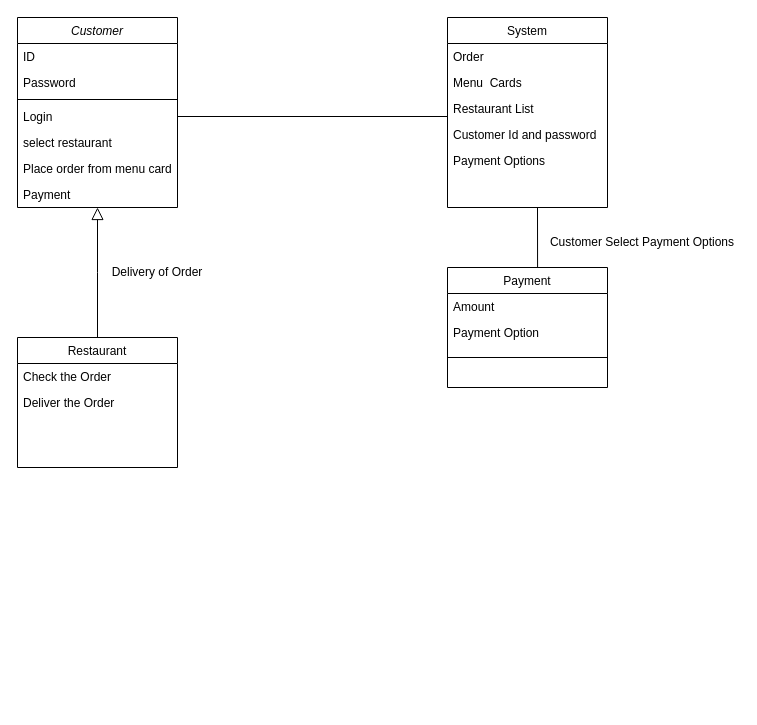
The draw.io diagram Untitled Diagram.drawio in Ankush12-stack/Webdeveloper-_assignment, before the edit. Source tidied: cells renumbered, new cells numbered last; positions are measured from the earlier drawing's top-left corner, leaving out a move shared by most shapes. Both pictures are drawn from the tidied source at 100%, with x=0, y=0 at pixel (17, 17).
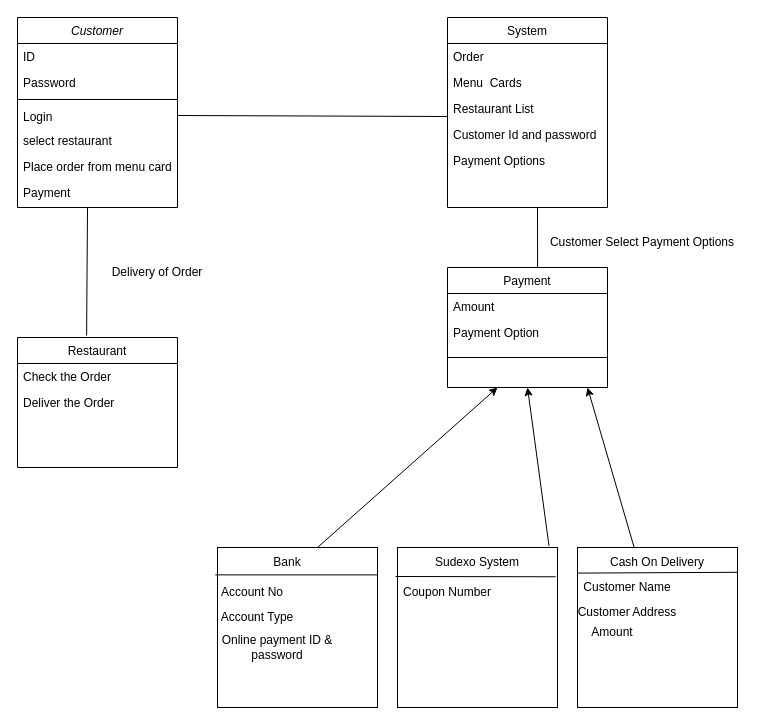
After the change.

Unchanged cells that the change refers to:
```xml
<mxCell id="2" value="Customer" style="swimlane;fontStyle=2;align=center;verticalAlign=top;horizontal=1;startSize=26;rounded=0;shadow=0;strokeWidth=1;" parent="1" vertex="1">
  <mxGeometry width="160" height="190" as="geometry" />
</mxCell>
<mxCell id="10" value="Restaurant" style="swimlane;fontStyle=0;align=center;verticalAlign=top;horizontal=1;startSize=26;rounded=0;shadow=0;strokeWidth=1;" parent="1" vertex="1">
  <mxGeometry y="320" width="160" height="130" as="geometry" />
</mxCell>
```

The edit, as a diff of the source:
```diff
@@
     <mxCell id="6" value="Login" style="text;align=left;verticalAlign=top;spacingLeft=4;spacingRight=4;overflow=hidden;points=[[0,0.5],[1,0.5]];portConstraint=eastwest;" parent="2" vertex="1">
-      <mxGeometry y="86" width="160" height="26" as="geometry" />
+      <mxGeometry y="86" width="160" height="24" as="geometry" />
     </mxCell>
     <mxCell id="7" value="select restaurant" style="text;align=left;verticalAlign=top;spacingLeft=4;spacingRight=4;overflow=hidden;" parent="2" vertex="1">
-      <mxGeometry y="112" width="160" height="26" as="geometry" />
+      <mxGeometry y="110" width="160" height="26" as="geometry" />
     </mxCell>
     <mxCell id="8" value="Place order from menu card" style="text;align=left;verticalAlign=top;spacingLeft=4;spacingRight=4;overflow=hidden;" parent="2" vertex="1">
-      <mxGeometry y="138" width="160" height="26" as="geometry" />
+      <mxGeometry y="136" width="160" height="26" as="geometry" />
     </mxCell>
     <mxCell id="9" value="Payment" style="text;align=left;verticalAlign=top;spacingLeft=4;spacingRight=4;overflow=hidden;" parent="2" vertex="1">
-      <mxGeometry y="164" width="160" height="26" as="geometry" />
+      <mxGeometry y="162" width="160" height="18" as="geometry" />
     </mxCell>
@@
-    <mxCell id="13" style="endArrow=block;endSize=10;endFill=0;shadow=0;strokeWidth=1;rounded=0;curved=0;edgeStyle=elbowEdgeStyle;elbow=vertical;" parent="1" edge="1" source="10" target="2">
-      <mxGeometry relative="1" as="geometry" />
-    </mxCell>
@@
+    <mxCell id="28" style="endArrow=none;html=1;rounded=0;exitX=0.432;exitY=-0.015;exitDx=0;exitDy=0;exitPerimeter=0;" parent="1" edge="1" source="10">
+      <mxGeometry relative="1" as="geometry">
+        <mxPoint x="70" y="190" as="targetPoint" />
+      </mxGeometry>
+    </mxCell>
+    <mxCell id="29" style="whiteSpace=wrap;html=1;" parent="1" vertex="1">
+      <mxGeometry x="200" y="530" width="160" height="160" as="geometry" />
+    </mxCell>
+    <mxCell id="30" style="whiteSpace=wrap;html=1;" parent="1" vertex="1">
+      <mxGeometry x="380" y="530" width="160" height="160" as="geometry" />
+    </mxCell>
+    <mxCell id="31" style="whiteSpace=wrap;html=1;" parent="1" vertex="1">
+      <mxGeometry x="560" y="530" width="160" height="160" as="geometry" />
+    </mxCell>
+    <mxCell id="32" value="Bank" style="text;html=1;align=center;verticalAlign=middle;whiteSpace=wrap;rounded=0;" parent="1" vertex="1">
+      <mxGeometry x="240" y="530" width="60" height="30" as="geometry" />
+    </mxCell>
+    <mxCell id="33" style="endArrow=none;html=1;rounded=0;exitX=-0.014;exitY=0.171;exitDx=0;exitDy=0;exitPerimeter=0;entryX=1;entryY=0.171;entryDx=0;entryDy=0;entryPerimeter=0;" parent="1" edge="1" source="29" target="29">
+      <mxGeometry relative="1" as="geometry" />
+    </mxCell>
+    <mxCell id="34" value="Sudexo System" style="text;html=1;align=center;verticalAlign=middle;whiteSpace=wrap;rounded=0;" parent="1" vertex="1">
+      <mxGeometry x="415" y="530" width="90" height="30" as="geometry" />
+    </mxCell>
+    <mxCell id="35" style="endArrow=none;html=1;rounded=0;entryX=0.989;entryY=0.183;entryDx=0;entryDy=0;entryPerimeter=0;" parent="1" edge="1" target="30">
+      <mxGeometry relative="1" as="geometry">
+        <mxPoint x="378" y="559" as="sourcePoint" />
+      </mxGeometry>
+    </mxCell>
+    <mxCell id="36" value="Cash On Delivery" style="text;html=1;align=center;verticalAlign=middle;whiteSpace=wrap;rounded=0;" parent="1" vertex="1">
+      <mxGeometry x="590" y="530" width="100" height="30" as="geometry" />
+    </mxCell>
+    <mxCell id="37" style="endArrow=none;html=1;rounded=0;entryX=0;entryY=0.16;entryDx=0;entryDy=0;entryPerimeter=0;exitX=1.003;exitY=0.155;exitDx=0;exitDy=0;exitPerimeter=0;" parent="1" edge="1" source="31" target="31">
+      <mxGeometry relative="1" as="geometry" />
+    </mxCell>
+    <mxCell id="38" value="Account No" style="text;html=1;align=center;verticalAlign=middle;whiteSpace=wrap;rounded=0;" parent="1" vertex="1">
+      <mxGeometry x="190" y="560" width="90" height="30" as="geometry" />
+    </mxCell>
+    <mxCell id="39" value="Account Type" style="text;html=1;align=center;verticalAlign=middle;whiteSpace=wrap;rounded=0;" parent="1" vertex="1">
+      <mxGeometry x="190" y="585" width="100" height="30" as="geometry" />
+    </mxCell>
+    <mxCell id="40" value="Online payment ID &amp;amp; password" style="text;html=1;align=center;verticalAlign=middle;whiteSpace=wrap;rounded=0;" parent="1" vertex="1">
+      <mxGeometry x="180" y="615" width="160" height="30" as="geometry" />
+    </mxCell>
+    <mxCell id="41" value="Coupon Number" style="text;html=1;align=center;verticalAlign=middle;whiteSpace=wrap;rounded=0;" parent="1" vertex="1">
+      <mxGeometry x="370" y="560" width="120" height="30" as="geometry" />
+    </mxCell>
+    <mxCell id="42" value="Customer Name" style="text;html=1;align=center;verticalAlign=middle;whiteSpace=wrap;rounded=0;" parent="1" vertex="1">
+      <mxGeometry x="565" y="555" width="90" height="30" as="geometry" />
+    </mxCell>
+    <mxCell id="43" value="Customer Address" style="text;html=1;align=center;verticalAlign=middle;whiteSpace=wrap;rounded=0;" parent="1" vertex="1">
+      <mxGeometry x="550" y="580" width="120" height="30" as="geometry" />
+    </mxCell>
+    <mxCell id="44" value="Amount" style="text;html=1;align=center;verticalAlign=middle;whiteSpace=wrap;rounded=0;" parent="1" vertex="1">
+      <mxGeometry x="565" y="600" width="60" height="30" as="geometry" />
+    </mxCell>
+    <mxCell id="45" style="endArrow=classic;html=1;rounded=0;exitX=1;exitY=0;exitDx=0;exitDy=0;" parent="1" edge="1" source="32">
+      <mxGeometry relative="1" as="geometry">
+        <mxPoint x="480" y="370" as="targetPoint" />
+      </mxGeometry>
+    </mxCell>
+    <mxCell id="46" style="endArrow=classic;html=1;rounded=0;exitX=0.947;exitY=-0.01;exitDx=0;exitDy=0;exitPerimeter=0;" parent="1" edge="1" source="30">
+      <mxGeometry relative="1" as="geometry">
+        <mxPoint x="510" y="370" as="targetPoint" />
+      </mxGeometry>
+    </mxCell>
+    <mxCell id="47" style="endArrow=classic;html=1;rounded=0;" parent="1" edge="1" source="31">
+      <mxGeometry relative="1" as="geometry">
+        <mxPoint x="570" y="370" as="targetPoint" />
+      </mxGeometry>
+    </mxCell>
```
